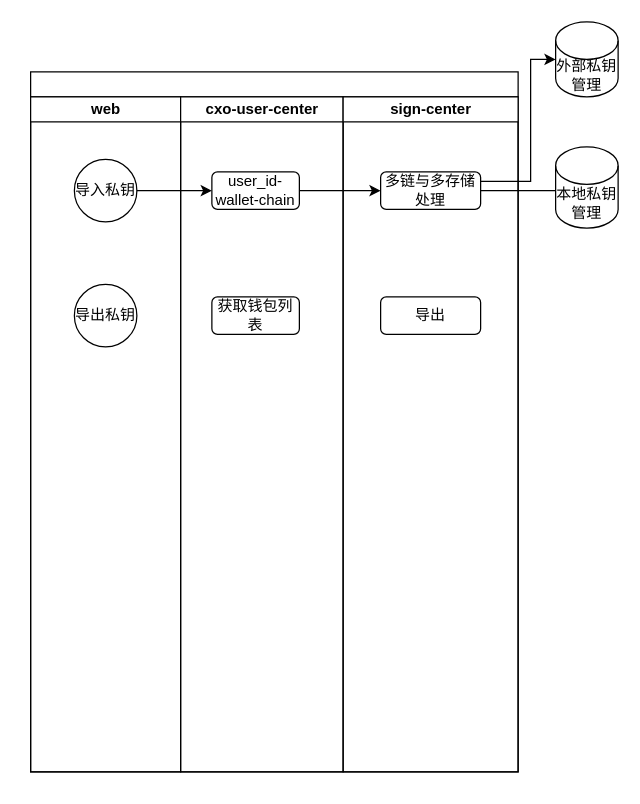
Before: 钱包管理.drawio in ZiHengLee/drawio, a draw.io diagram. Source tidied: cells renumbered, new cells numbered last; positions are measured from the earlier drawing's top-left corner, leaving out a move shared by most shapes. Both pictures are drawn from the tidied source at 125%, with x=0, y=0 at pixel (30, 21).
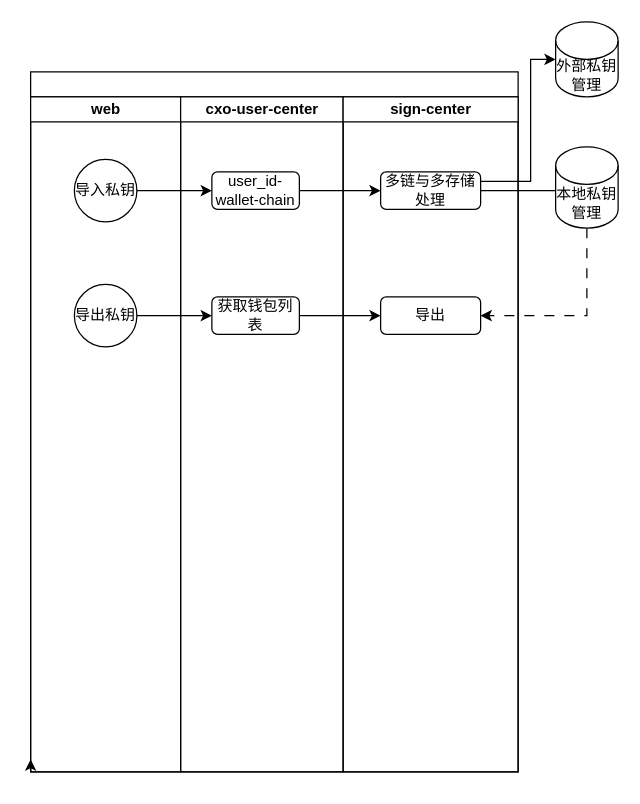
The same diagram, later.

Commit message:
更新钱包管理.drawio

The change refers to these unchanged cells:
```xml
<mxCell id="2" style="swimlane;startSize=20;html=1;" parent="1" vertex="1">
  <mxGeometry y="40" width="390" height="560" as="geometry" />
</mxCell>
<mxCell id="3" value="web" style="swimlane;startSize=20;html=1;" parent="2" vertex="1">
  <mxGeometry y="20" width="120" height="540" as="geometry" />
</mxCell>
<mxCell id="5" value="导出私钥" style="ellipse;whiteSpace=wrap;html=1;" parent="3" vertex="1">
  <mxGeometry x="35" y="150" width="50" height="50" as="geometry" />
</mxCell>
<mxCell id="8" value="获取钱包列表" style="rounded=1;whiteSpace=wrap;html=1;" parent="6" vertex="1">
  <mxGeometry x="25" y="160" width="70" height="30" as="geometry" />
</mxCell>
<mxCell id="12" value="导出" style="rounded=1;whiteSpace=wrap;html=1;" parent="9" vertex="1">
  <mxGeometry x="30" y="160" width="80" height="30" as="geometry" />
</mxCell>
<mxCell id="15" value="本地私钥管理" style="shape=cylinder3;whiteSpace=wrap;html=1;boundedLbl=1;backgroundOutline=1;size=15;" parent="1" vertex="1">
  <mxGeometry x="420" y="100" width="50" height="65" as="geometry" />
</mxCell>
```

What changed in the source:
```diff
@@
+    <mxCell id="18" style="edgeStyle=orthogonalEdgeStyle;rounded=0;jettySize=auto;html=1;exitX=0;exitY=1;exitDx=0;exitDy=0;" parent="2" edge="1" source="3">
+      <mxGeometry relative="1" as="geometry">
+        <mxPoint y="550" as="targetPoint" />
+      </mxGeometry>
+    </mxCell>
@@
+    <mxCell id="19" style="edgeStyle=orthogonalEdgeStyle;rounded=0;jettySize=auto;html=1;exitX=1;exitY=0.5;exitDx=0;exitDy=0;entryX=0;entryY=0.5;entryDx=0;entryDy=0;" parent="2" edge="1" source="5" target="8">
+      <mxGeometry relative="1" as="geometry" />
+    </mxCell>
+    <mxCell id="20" style="edgeStyle=orthogonalEdgeStyle;rounded=0;jettySize=auto;html=1;exitX=1;exitY=0.5;exitDx=0;exitDy=0;entryX=0;entryY=0.5;entryDx=0;entryDy=0;" parent="2" edge="1" source="8" target="12">
+      <mxGeometry relative="1" as="geometry" />
+    </mxCell>
+    <mxCell id="21" style="edgeStyle=orthogonalEdgeStyle;rounded=0;jettySize=auto;html=1;exitX=0.5;exitY=1;exitDx=0;exitDy=0;exitPerimeter=0;entryX=1;entryY=0.5;entryDx=0;entryDy=0;dashed=1;dashPattern=8 8;" parent="1" edge="1" source="15" target="12">
+      <mxGeometry relative="1" as="geometry" />
+    </mxCell>
```
